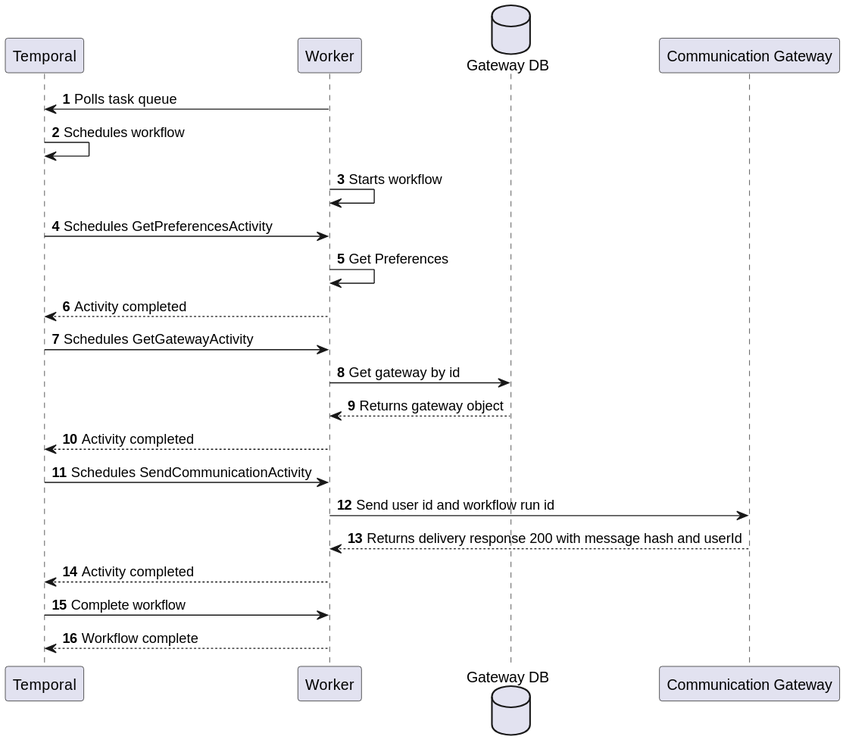
Above: Designs/Images/Sequence Diagrams/SendCommunication.svg in CameronWard301/communication_scheduler (PlantUML), before the change.
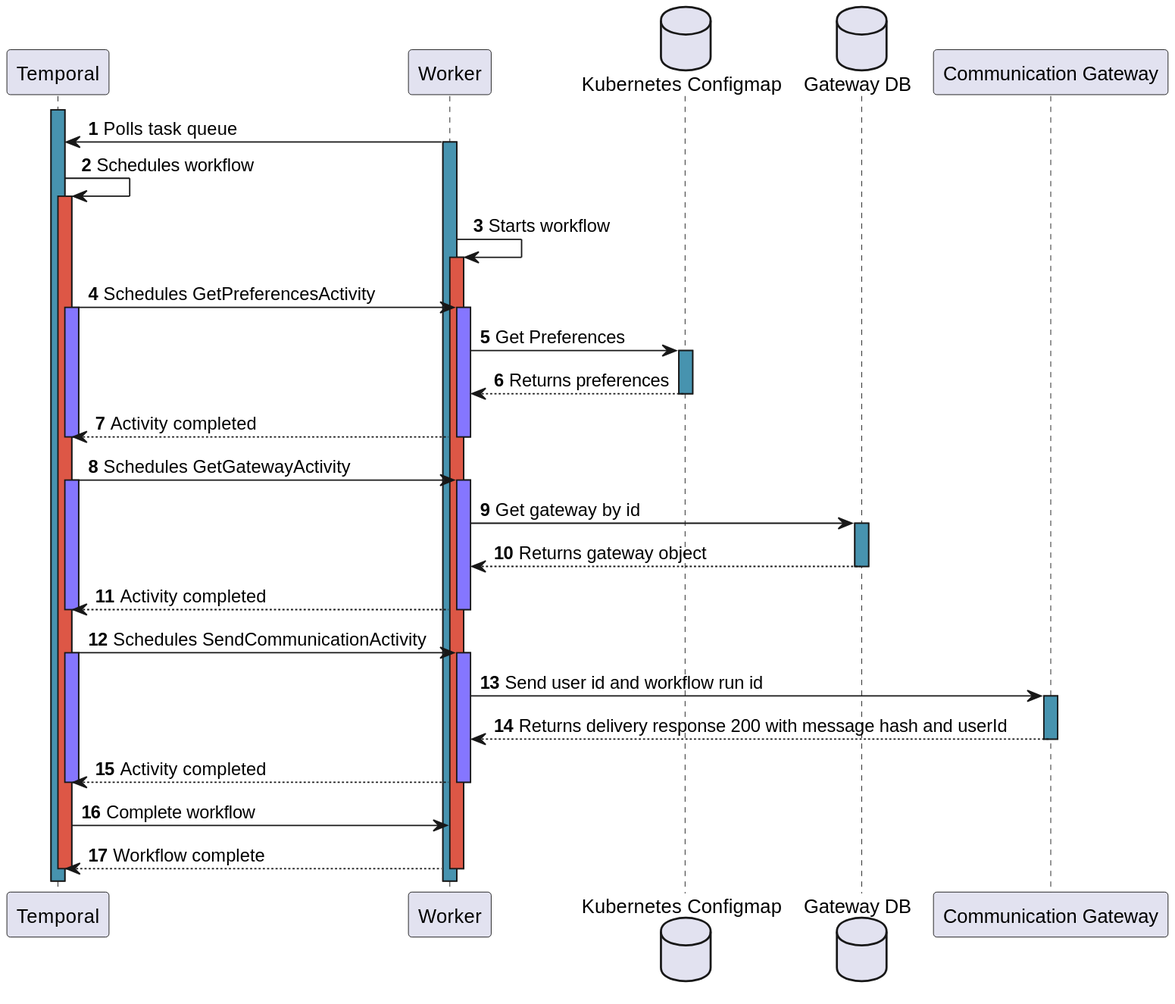
Later version of the same file.

Change to the diagram source:
```diff
@@ -1,26 +1,60 @@
 @startuml
 participant "Temporal" as temporal
 participant "Worker" as worker
+database "Kubernetes Configmap" as configmap
 database "Gateway DB" as gwdb
 
 participant "Communication Gateway" as cgw
 
 autonumber
+activate temporal #4793AF
 
 worker -> temporal: Polls task queue
+activate worker #4793AF
 temporal -> temporal: Schedules workflow
+activate temporal #DD5746
+
 worker -> worker: Starts workflow
+activate worker #DD5746
 temporal -> worker: Schedules GetPreferencesActivity
-worker -> worker: Get Preferences
+activate temporal #8576FF
+activate worker #8576FF
+
+worker -> configmap: Get Preferences
+activate configmap #4793AF
+configmap --> worker: Returns preferences
+deactivate configmap
+
 worker --> temporal: Activity completed
+deactivate worker
+deactivate temporal
+
 temporal -> worker: Schedules GetGatewayActivity
+activate temporal #8576FF
+activate worker #8576FF
 worker -> gwdb: Get gateway by id
+activate gwdb #4793AF
+
 gwdb --> worker: Returns gateway object
+deactivate gwdb
+
 worker --> temporal: Activity completed
+deactivate worker
+deactivate temporal
+
 temporal -> worker: Schedules SendCommunicationActivity
+activate temporal #8576FF
+activate worker #8576FF
 worker -> cgw: Send user id and workflow run id
+activate cgw #4793AF
 cgw --> worker: Returns delivery response 200 with message hash and userId
+deactivate cgw
+
 worker --> temporal: Activity completed
+deactivate worker
+deactivate temporal
 temporal -> worker: Complete workflow
 worker --> temporal: Workflow complete
+deactivate worker
+deactivate temporal
 @enduml
```
